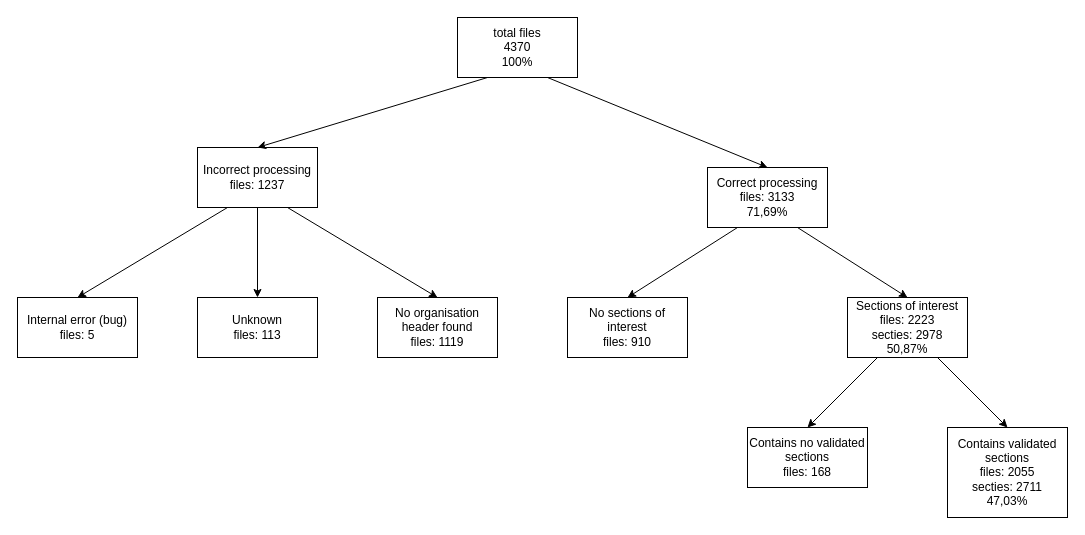
Above: scriptie/images/drawio/lncs_front_matter_result.drawio in XibrenX/MasterThesis (draw.io), before the change. Source tidied: cells renumbered, new cells numbered last; positions are measured from the earlier drawing's top-left corner, leaving out a move shared by most shapes. Both pictures are drawn from the tidied source at 100%, with x=0, y=0 at pixel (17, 17).
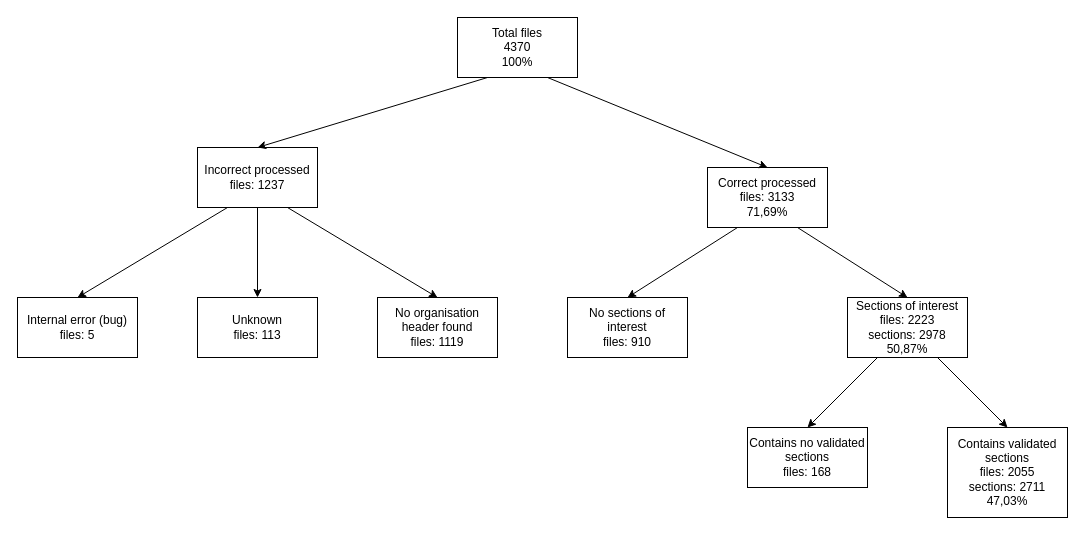
The same diagram, later.

What changed in the source:
```diff
@@
-    <mxCell id="2" value="total files&lt;br&gt;4370&lt;br&gt;100%" style="rounded=0;whiteSpace=wrap;html=1;" parent="1" vertex="1">
+    <mxCell id="2" value="Total files&lt;br&gt;4370&lt;br&gt;100%" style="rounded=0;whiteSpace=wrap;html=1;" parent="1" vertex="1">
       <mxGeometry x="440" width="120" height="60" as="geometry" />
     </mxCell>
-    <mxCell id="3" value="Incorrect processing&lt;br&gt;files: 1237" style="rounded=0;whiteSpace=wrap;html=1;" parent="1" vertex="1">
+    <mxCell id="3" value="Incorrect processed&lt;br&gt;files: 1237" style="rounded=0;whiteSpace=wrap;html=1;" parent="1" vertex="1">
       <mxGeometry x="180" y="130" width="120" height="60" as="geometry" />
     </mxCell>
-    <mxCell id="4" value="Correct processing&lt;br&gt;files: 3133&lt;br&gt;71,69%" style="rounded=0;whiteSpace=wrap;html=1;" parent="1" vertex="1">
+    <mxCell id="4" value="Correct processed&lt;br&gt;files: 3133&lt;br&gt;71,69%" style="rounded=0;whiteSpace=wrap;html=1;" parent="1" vertex="1">
       <mxGeometry x="690" y="150" width="120" height="60" as="geometry" />
     </mxCell>
@@
-    <mxCell id="14" value="Sections of interest&lt;br&gt;files: 2223&lt;br&gt;secties: 2978&lt;br&gt;50,87%" style="rounded=0;whiteSpace=wrap;html=1;" parent="1" vertex="1">
+    <mxCell id="14" value="Sections of interest&lt;br&gt;files: 2223&lt;br&gt;sections: 2978&lt;br&gt;50,87%" style="rounded=0;whiteSpace=wrap;html=1;" parent="1" vertex="1">
       <mxGeometry x="830" y="280" width="120" height="60" as="geometry" />
     </mxCell>
@@
-    <mxCell id="17" value="Contains validated sections&lt;br&gt;files: 2055&lt;br&gt;secties: 2711&lt;br&gt;47,03%" style="rounded=0;whiteSpace=wrap;html=1;" parent="1" vertex="1">
+    <mxCell id="17" value="Contains validated sections&lt;br&gt;files: 2055&lt;br&gt;sections: 2711&lt;br&gt;47,03%" style="rounded=0;whiteSpace=wrap;html=1;" parent="1" vertex="1">
       <mxGeometry x="930" y="410" width="120" height="90" as="geometry" />
     </mxCell>
```
